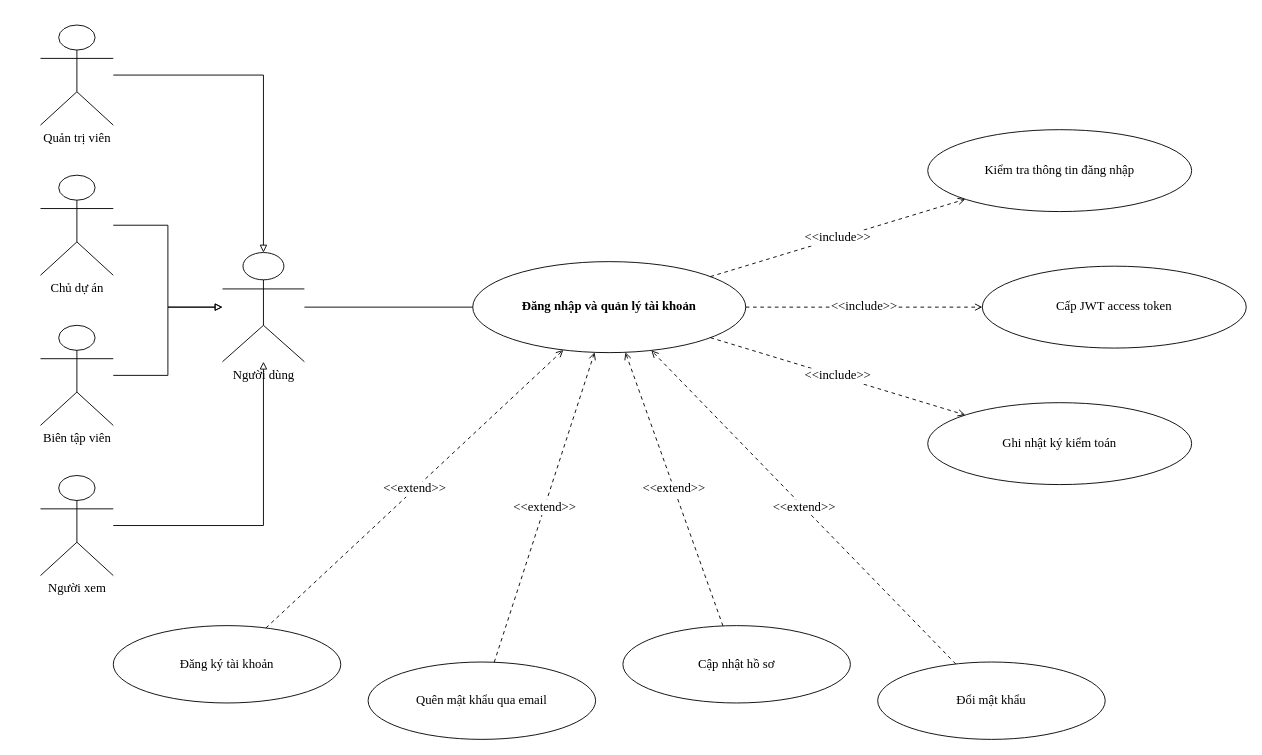
The draw.io diagram page 3 of 29 of docs/bao-cao/bieu-do-bao-cao.drawio in nguyentrongtuyen3101/HYBRID-ACCHECK, before the edit. Source tidied: cells renumbered, new cells numbered last; positions are measured from the earlier drawing's top-left corner, leaving out a move shared by most shapes. Both pictures are drawn from the tidied source at 91%, with x=0, y=0 at pixel (40, 25).
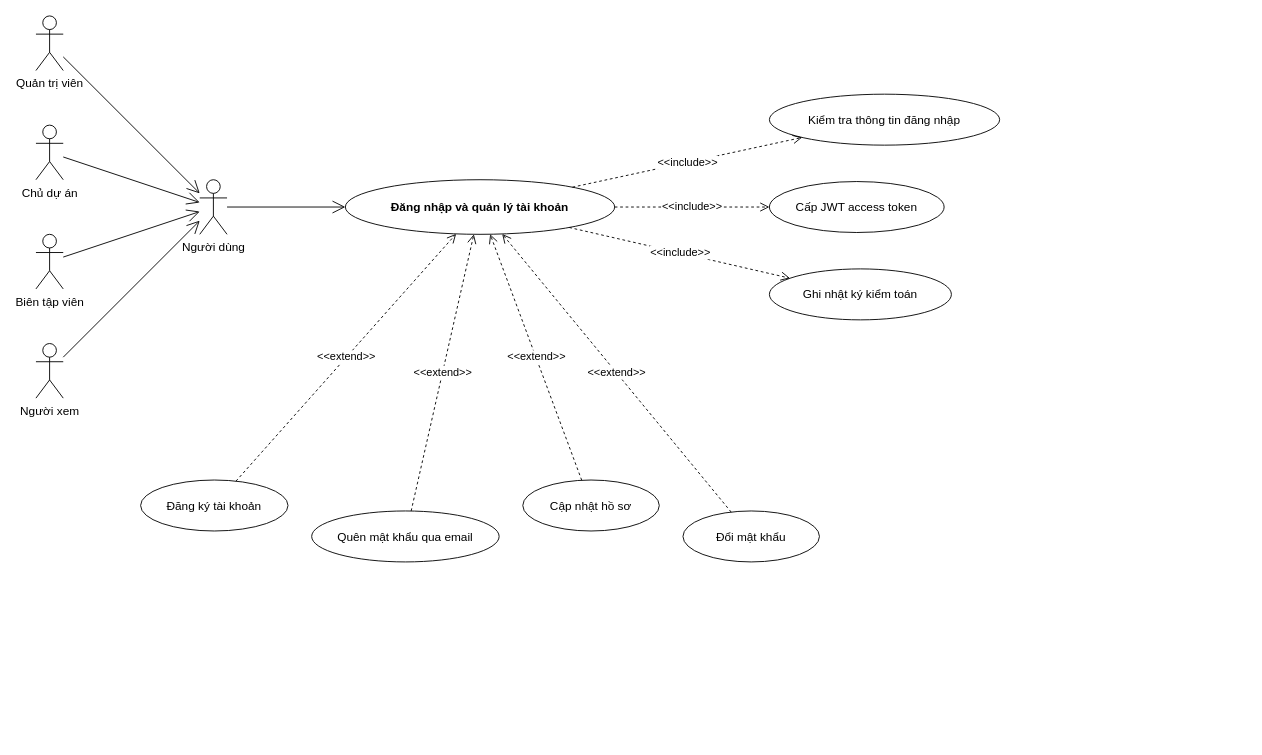
The same page after the edit.

Commit message (it also covers changes not shown here):
Báo cáo: vẽ lại 29 biểu đồ theo style UML mẫu mới, cập nhật thư mục reqsentinel

- bieu-do-bao-cao.drawio: use case/hoạt động/trình tự (BCE)/lớp/CSDL/kiến trúc/triển khai
  vẽ lại đen trắng, font mặc định, mũi tên mở; nội dung giữ nguyên
- docx: thay ảnh Hình 1.2, 2.1–2.27, 3.1; tính lại số trang mục lục/danh mục (86 trang)
- sửa 2 câu hướng dẫn triển khai: deploy/ -> reqsentinel/, lệnh ./reqsentinel/up.sh

Change to the diagram source:
```diff
@@
-    <mxCell id="2" value="Đăng nhập và quản lý tài khoản" style="fontFamily=Times New Roman;fontSize=14;whiteSpace=wrap;html=1;align=center;verticalAlign=middle;ellipse;fillColor=#ffffff;strokeColor=#000000;strokeWidth=1;fontStyle=1;" parent="1" vertex="1">
-      <mxGeometry x="475" y="260" width="300" height="100" as="geometry" />
+    <mxCell id="2" value="Đăng nhập và quản lý tài khoản" style="ellipse;whiteSpace=wrap;html=1;fontStyle=1;fontSize=13;" parent="1" vertex="1">
+      <mxGeometry x="335" y="170" width="296" height="60" as="geometry" />
     </mxCell>
-    <mxCell id="3" value="Người dùng" style="fontFamily=Times New Roman;fontSize=14;shape=umlActor;verticalLabelPosition=bottom;verticalAlign=top;html=1;outlineConnect=0;" parent="1" vertex="1">
-      <mxGeometry x="200" y="250" width="90" height="120" as="geometry" />
+    <mxCell id="3" value="Người dùng" style="shape=umlActor;verticalLabelPosition=bottom;verticalAlign=top;html=1;outlineConnect=0;fontSize=13;" parent="1" vertex="1">
+      <mxGeometry x="175" y="170" width="30" height="60" as="geometry" />
     </mxCell>
-    <mxCell id="4" style="fontFamily=Times New Roman;fontSize=14;rounded=0;jettySize=auto;html=1;endArrow=none;strokeColor=#000000;strokeWidth=1;" parent="1" edge="1" source="3" target="2">
+    <mxCell id="4" style="endArrow=open;endFill=1;endSize=12;html=1;rounded=0;fontSize=13;" parent="1" edge="1" source="3" target="2">
       <mxGeometry relative="1" as="geometry" />
     </mxCell>
-    <mxCell id="5" value="Quản trị viên" style="fontFamily=Times New Roman;fontSize=14;shape=umlActor;verticalLabelPosition=bottom;verticalAlign=top;html=1;outlineConnect=0;" parent="1" vertex="1">
-      <mxGeometry width="80" height="110" as="geometry" />
+    <mxCell id="5" value="Quản trị viên" style="shape=umlActor;verticalLabelPosition=bottom;verticalAlign=top;html=1;outlineConnect=0;fontSize=13;" parent="1" vertex="1">
+      <mxGeometry x="-5" y="-10" width="30" height="60" as="geometry" />
     </mxCell>
-    <mxCell id="6" style="fontFamily=Times New Roman;fontSize=14;edgeStyle=orthogonalEdgeStyle;rounded=0;jettySize=auto;html=1;endArrow=block;endFill=0;strokeColor=#000000;strokeWidth=1;" parent="1" edge="1" source="5" target="3">
+    <mxCell id="6" style="endArrow=open;endFill=1;endSize=12;html=1;rounded=0;fontSize=13;" parent="1" edge="1" source="5" target="3">
       <mxGeometry relative="1" as="geometry" />
     </mxCell>
-    <mxCell id="7" value="Chủ dự án" style="fontFamily=Times New Roman;fontSize=14;shape=umlActor;verticalLabelPosition=bottom;verticalAlign=top;html=1;outlineConnect=0;" parent="1" vertex="1">
-      <mxGeometry y="165" width="80" height="110" as="geometry" />
+    <mxCell id="7" value="Chủ dự án" style="shape=umlActor;verticalLabelPosition=bottom;verticalAlign=top;html=1;outlineConnect=0;fontSize=13;" parent="1" vertex="1">
+      <mxGeometry x="-5" y="110" width="30" height="60" as="geometry" />
     </mxCell>
-    <mxCell id="8" style="fontFamily=Times New Roman;fontSize=14;edgeStyle=orthogonalEdgeStyle;rounded=0;jettySize=auto;html=1;endArrow=block;endFill=0;strokeColor=#000000;strokeWidth=1;" parent="1" edge="1" source="7" target="3">
+    <mxCell id="8" style="endArrow=open;endFill=1;endSize=12;html=1;rounded=0;fontSize=13;" parent="1" edge="1" source="7" target="3">
       <mxGeometry relative="1" as="geometry" />
     </mxCell>
-    <mxCell id="9" value="Biên tập viên" style="fontFamily=Times New Roman;fontSize=14;shape=umlActor;verticalLabelPosition=bottom;verticalAlign=top;html=1;outlineConnect=0;" parent="1" vertex="1">
-      <mxGeometry y="330" width="80" height="110" as="geometry" />
+    <mxCell id="9" value="Biên tập viên" style="shape=umlActor;verticalLabelPosition=bottom;verticalAlign=top;html=1;outlineConnect=0;fontSize=13;" parent="1" vertex="1">
+      <mxGeometry x="-5" y="230" width="30" height="60" as="geometry" />
     </mxCell>
-    <mxCell id="10" style="fontFamily=Times New Roman;fontSize=14;edgeStyle=orthogonalEdgeStyle;rounded=0;jettySize=auto;html=1;endArrow=block;endFill=0;strokeColor=#000000;strokeWidth=1;" parent="1" edge="1" source="9" target="3">
+    <mxCell id="10" style="endArrow=open;endFill=1;endSize=12;html=1;rounded=0;fontSize=13;" parent="1" edge="1" source="9" target="3">
       <mxGeometry relative="1" as="geometry" />
     </mxCell>
-    <mxCell id="11" value="Người xem" style="fontFamily=Times New Roman;fontSize=14;shape=umlActor;verticalLabelPosition=bottom;verticalAlign=top;html=1;outlineConnect=0;" parent="1" vertex="1">
-      <mxGeometry y="495" width="80" height="110" as="geometry" />
+    <mxCell id="11" value="Người xem" style="shape=umlActor;verticalLabelPosition=bottom;verticalAlign=top;html=1;outlineConnect=0;fontSize=13;" parent="1" vertex="1">
+      <mxGeometry x="-5" y="350" width="30" height="60" as="geometry" />
     </mxCell>
-    <mxCell id="12" style="fontFamily=Times New Roman;fontSize=14;edgeStyle=orthogonalEdgeStyle;rounded=0;jettySize=auto;html=1;endArrow=block;endFill=0;strokeColor=#000000;strokeWidth=1;" parent="1" edge="1" source="11" target="3">
+    <mxCell id="12" style="endArrow=open;endFill=1;endSize=12;html=1;rounded=0;fontSize=13;" parent="1" edge="1" source="11" target="3">
       <mxGeometry relative="1" as="geometry" />
     </mxCell>
-    <mxCell id="13" value="Kiểm tra thông tin đăng nhập" style="fontFamily=Times New Roman;fontSize=14;whiteSpace=wrap;html=1;align=center;verticalAlign=middle;ellipse;fillColor=#ffffff;strokeColor=#000000;strokeWidth=1;" parent="1" vertex="1">
-      <mxGeometry x="975" y="115" width="290" height="90" as="geometry" />
+    <mxCell id="13" value="Kiểm tra thông tin đăng nhập" style="ellipse;whiteSpace=wrap;html=1;fontSize=13;" parent="1" vertex="1">
+      <mxGeometry x="801" y="76" width="253" height="56" as="geometry" />
     </mxCell>
-    <mxCell id="14" value="&amp;lt;&amp;lt;include&amp;gt;&amp;gt;" style="fontFamily=Times New Roman;fontSize=14;rounded=0;jettySize=auto;html=1;endArrow=open;endFill=0;dashed=1;dashPattern=4 4;strokeColor=#000000;strokeWidth=1;" parent="1" edge="1" source="2" target="13">
+    <mxCell id="14" value="&amp;lt;&amp;lt;include&amp;gt;&amp;gt;" style="endArrow=open;endSize=8;dashed=1;html=1;rounded=0;fontSize=12;" parent="1" edge="1" source="2" target="13">
       <mxGeometry relative="1" as="geometry" />
     </mxCell>
-    <mxCell id="15" value="Cấp JWT access token" style="fontFamily=Times New Roman;fontSize=14;whiteSpace=wrap;html=1;align=center;verticalAlign=middle;ellipse;fillColor=#ffffff;strokeColor=#000000;strokeWidth=1;" parent="1" vertex="1">
-      <mxGeometry x="1035" y="265" width="290" height="90" as="geometry" />
+    <mxCell id="15" value="Cấp JWT access token" style="ellipse;whiteSpace=wrap;html=1;fontSize=13;" parent="1" vertex="1">
+      <mxGeometry x="801" y="172" width="192" height="56" as="geometry" />
     </mxCell>
-    <mxCell id="16" value="&amp;lt;&amp;lt;include&amp;gt;&amp;gt;" style="fontFamily=Times New Roman;fontSize=14;rounded=0;jettySize=auto;html=1;endArrow=open;endFill=0;dashed=1;dashPattern=4 4;strokeColor=#000000;strokeWidth=1;" parent="1" edge="1" source="2" target="15">
+    <mxCell id="16" value="&amp;lt;&amp;lt;include&amp;gt;&amp;gt;" style="endArrow=open;endSize=8;dashed=1;html=1;rounded=0;fontSize=12;" parent="1" edge="1" source="2" target="15">
       <mxGeometry relative="1" as="geometry" />
     </mxCell>
-    <mxCell id="17" value="Ghi nhật ký kiểm toán" style="fontFamily=Times New Roman;fontSize=14;whiteSpace=wrap;html=1;align=center;verticalAlign=middle;ellipse;fillColor=#ffffff;strokeColor=#000000;strokeWidth=1;" parent="1" vertex="1">
-      <mxGeometry x="975" y="415" width="290" height="90" as="geometry" />
+    <mxCell id="17" value="Ghi nhật ký kiểm toán" style="ellipse;whiteSpace=wrap;html=1;fontSize=13;" parent="1" vertex="1">
+      <mxGeometry x="801" y="268" width="200" height="56" as="geometry" />
     </mxCell>
-    <mxCell id="18" value="&amp;lt;&amp;lt;include&amp;gt;&amp;gt;" style="fontFamily=Times New Roman;fontSize=14;rounded=0;jettySize=auto;html=1;endArrow=open;endFill=0;dashed=1;dashPattern=4 4;strokeColor=#000000;strokeWidth=1;" parent="1" edge="1" source="2" target="17">
+    <mxCell id="18" value="&amp;lt;&amp;lt;include&amp;gt;&amp;gt;" style="endArrow=open;endSize=8;dashed=1;html=1;rounded=0;fontSize=12;" parent="1" edge="1" source="2" target="17">
       <mxGeometry relative="1" as="geometry" />
     </mxCell>
-    <mxCell id="19" value="Đăng ký tài khoản" style="fontFamily=Times New Roman;fontSize=14;whiteSpace=wrap;html=1;align=center;verticalAlign=middle;ellipse;fillColor=#ffffff;strokeColor=#000000;strokeWidth=1;" parent="1" vertex="1">
-      <mxGeometry x="80" y="660" width="250" height="85" as="geometry" />
+    <mxCell id="19" value="Đăng ký tài khoản" style="ellipse;whiteSpace=wrap;html=1;fontSize=13;" parent="1" vertex="1">
+      <mxGeometry x="110" y="500" width="162" height="56" as="geometry" />
     </mxCell>
-    <mxCell id="20" value="&amp;lt;&amp;lt;extend&amp;gt;&amp;gt;" style="fontFamily=Times New Roman;fontSize=14;rounded=0;jettySize=auto;html=1;endArrow=open;endFill=0;dashed=1;dashPattern=4 4;strokeColor=#000000;strokeWidth=1;" parent="1" edge="1" source="19" target="2">
+    <mxCell id="20" value="&amp;lt;&amp;lt;extend&amp;gt;&amp;gt;" style="endArrow=open;endSize=8;dashed=1;html=1;rounded=0;fontSize=12;" parent="1" edge="1" source="19" target="2">
       <mxGeometry relative="1" as="geometry" />
     </mxCell>
-    <mxCell id="21" value="Quên mật khẩu qua email" style="fontFamily=Times New Roman;fontSize=14;whiteSpace=wrap;html=1;align=center;verticalAlign=middle;ellipse;fillColor=#ffffff;strokeColor=#000000;strokeWidth=1;" parent="1" vertex="1">
-      <mxGeometry x="360" y="700" width="250" height="85" as="geometry" />
+    <mxCell id="21" value="Quên mật khẩu qua email" style="ellipse;whiteSpace=wrap;html=1;fontSize=13;" parent="1" vertex="1">
+      <mxGeometry x="298" y="534" width="206" height="56" as="geometry" />
     </mxCell>
-    <mxCell id="22" value="&amp;lt;&amp;lt;extend&amp;gt;&amp;gt;" style="fontFamily=Times New Roman;fontSize=14;rounded=0;jettySize=auto;html=1;endArrow=open;endFill=0;dashed=1;dashPattern=4 4;strokeColor=#000000;strokeWidth=1;" parent="1" edge="1" source="21" target="2">
+    <mxCell id="22" value="&amp;lt;&amp;lt;extend&amp;gt;&amp;gt;" style="endArrow=open;endSize=8;dashed=1;html=1;rounded=0;fontSize=12;" parent="1" edge="1" source="21" target="2">
       <mxGeometry relative="1" as="geometry" />
     </mxCell>
-    <mxCell id="23" value="Cập nhật hồ sơ" style="fontFamily=Times New Roman;fontSize=14;whiteSpace=wrap;html=1;align=center;verticalAlign=middle;ellipse;fillColor=#ffffff;strokeColor=#000000;strokeWidth=1;" parent="1" vertex="1">
-      <mxGeometry x="640" y="660" width="250" height="85" as="geometry" />
+    <mxCell id="23" value="Cập nhật hồ sơ" style="ellipse;whiteSpace=wrap;html=1;fontSize=13;" parent="1" vertex="1">
+      <mxGeometry x="530" y="500" width="150" height="56" as="geometry" />
     </mxCell>
-    <mxCell id="24" value="&amp;lt;&amp;lt;extend&amp;gt;&amp;gt;" style="fontFamily=Times New Roman;fontSize=14;rounded=0;jettySize=auto;html=1;endArrow=open;endFill=0;dashed=1;dashPattern=4 4;strokeColor=#000000;strokeWidth=1;" parent="1" edge="1" source="23" target="2">
+    <mxCell id="24" value="&amp;lt;&amp;lt;extend&amp;gt;&amp;gt;" style="endArrow=open;endSize=8;dashed=1;html=1;rounded=0;fontSize=12;" parent="1" edge="1" source="23" target="2">
       <mxGeometry relative="1" as="geometry" />
     </mxCell>
-    <mxCell id="25" value="Đổi mật khẩu" style="fontFamily=Times New Roman;fontSize=14;whiteSpace=wrap;html=1;align=center;verticalAlign=middle;ellipse;fillColor=#ffffff;strokeColor=#000000;strokeWidth=1;" parent="1" vertex="1">
-      <mxGeometry x="920" y="700" width="250" height="85" as="geometry" />
+    <mxCell id="25" value="Đổi mật khẩu" style="ellipse;whiteSpace=wrap;html=1;fontSize=13;" parent="1" vertex="1">
+      <mxGeometry x="706" y="534" width="150" height="56" as="geometry" />
     </mxCell>
-    <mxCell id="26" value="&amp;lt;&amp;lt;extend&amp;gt;&amp;gt;" style="fontFamily=Times New Roman;fontSize=14;rounded=0;jettySize=auto;html=1;endArrow=open;endFill=0;dashed=1;dashPattern=4 4;strokeColor=#000000;strokeWidth=1;" parent="1" edge="1" source="25" target="2">
+    <mxCell id="26" value="&amp;lt;&amp;lt;extend&amp;gt;&amp;gt;" style="endArrow=open;endSize=8;dashed=1;html=1;rounded=0;fontSize=12;" parent="1" edge="1" source="25" target="2">
       <mxGeometry relative="1" as="geometry" />
     </mxCell>
```
